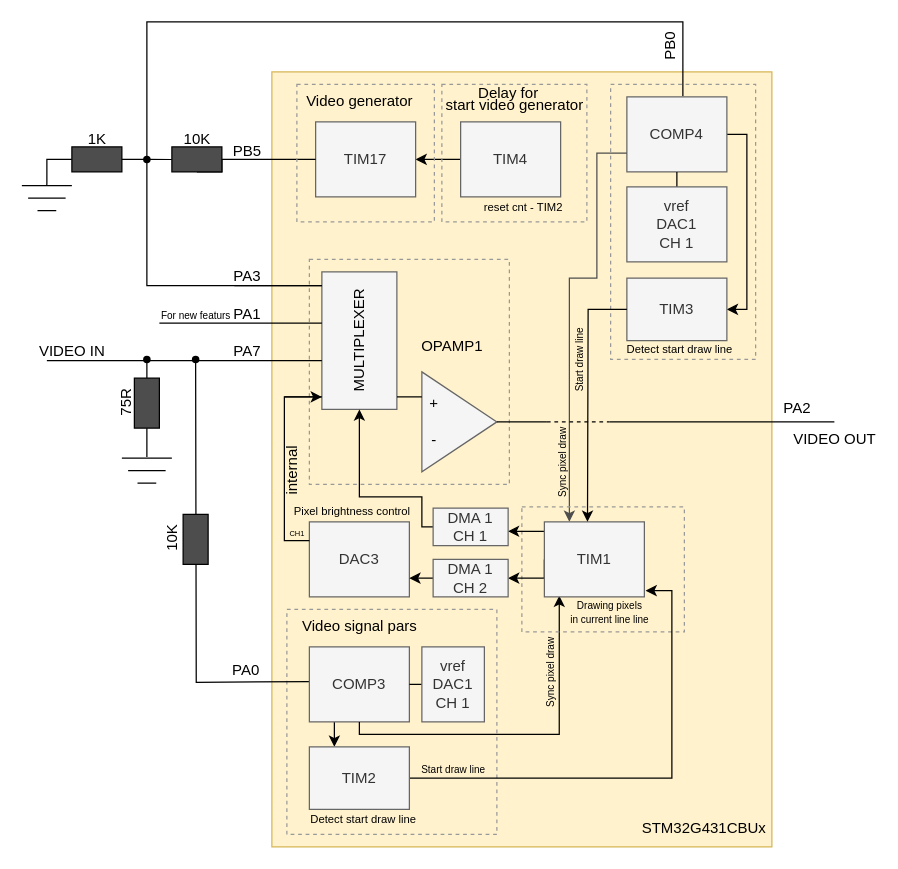
Above: doc/OpenPixelOSD.drawio in kaizen75/OpenPixelOSD (draw.io), before the change. Source tidied: cells renumbered, new cells numbered last; positions are measured from the earlier drawing's top-left corner, leaving out a move shared by most shapes. Both pictures are drawn from the tidied source at 125%, with x=0, y=0 at pixel (21, 21).
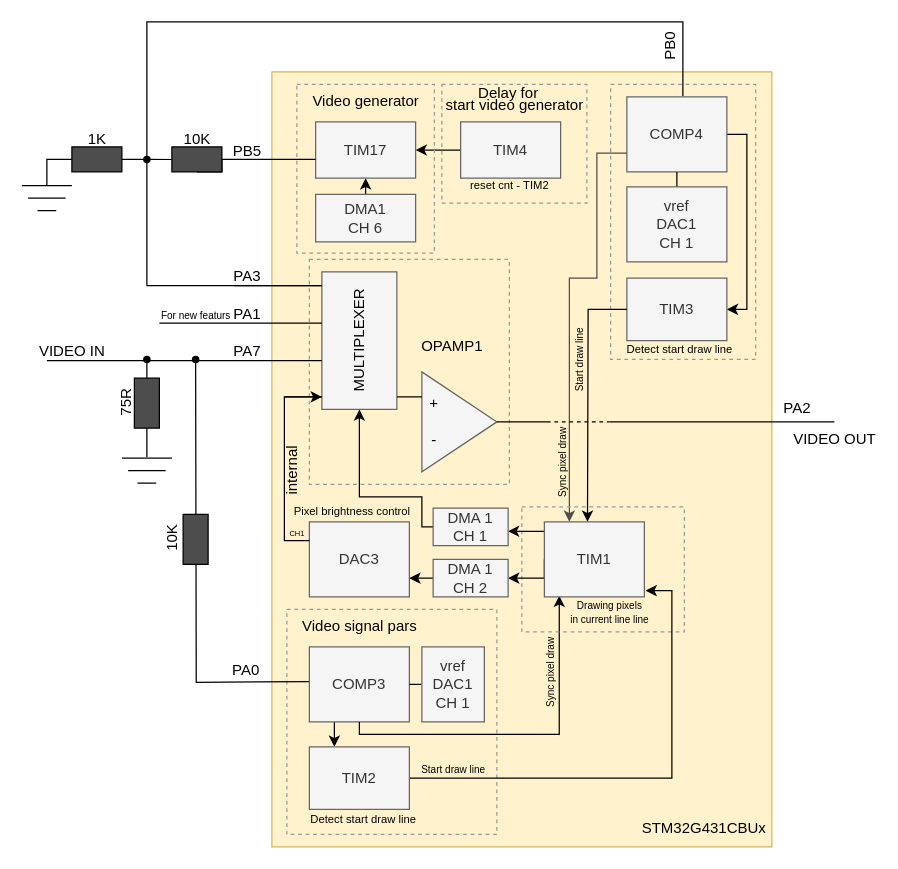
After the change.

Change to the diagram source:
```diff
@@
+    <mxCell id="33" style="rounded=0;whiteSpace=wrap;html=1;fillColor=none;strokeColor=#999999;dashed=1;" parent="1" vertex="1">
+      <mxGeometry x="220" y="50" width="110" height="135" as="geometry" />
+    </mxCell>
     <mxCell id="25" value="TIM17" style="rounded=0;whiteSpace=wrap;html=1;fillColor=#f5f5f5;fontColor=#333333;strokeColor=#666666;" parent="1" vertex="1">
-      <mxGeometry x="235" y="80" width="80" height="60" as="geometry" />
+      <mxGeometry x="235" y="80" width="80" height="45" as="geometry" />
     </mxCell>
@@
-    <mxCell id="33" style="rounded=0;whiteSpace=wrap;html=1;fillColor=none;strokeColor=#999999;dashed=1;" parent="1" vertex="1">
-      <mxGeometry x="220" y="50" width="110" height="110" as="geometry" />
-    </mxCell>
@@
     <mxCell id="38" value="&lt;font style=&quot;color: rgb(0, 0, 0); font-weight: normal; font-size: 12px;&quot;&gt;Video generator&lt;/font&gt;" style="text;strokeColor=none;fillColor=none;html=1;fontSize=24;fontStyle=1;verticalAlign=middle;align=center;" parent="1" vertex="1">
-      <mxGeometry x="250" y="50" width="40" height="20" as="geometry" />
+      <mxGeometry x="255" y="50" width="40" height="20" as="geometry" />
     </mxCell>
@@
     <mxCell id="52" style="rounded=0;whiteSpace=wrap;html=1;fillColor=none;strokeColor=#999999;dashed=1;" parent="1" vertex="1">
-      <mxGeometry x="336" y="50" width="116" height="110" as="geometry" />
+      <mxGeometry x="336" y="50" width="116" height="95" as="geometry" />
     </mxCell>
     <mxCell id="53" value="TIM4" style="rounded=0;whiteSpace=wrap;html=1;fillColor=#f5f5f5;fontColor=#333333;strokeColor=#666666;" parent="1" vertex="1">
-      <mxGeometry x="351" y="80" width="80" height="60" as="geometry" />
+      <mxGeometry x="351" y="80" width="80" height="45" as="geometry" />
     </mxCell>
@@
     <mxCell id="94" value="&lt;div&gt;&lt;font style=&quot;font-size: 9px;&quot; color=&quot;#000000&quot;&gt;&lt;span style=&quot;font-weight: 400;&quot;&gt;reset cnt - TIM2&lt;/span&gt;&lt;/font&gt;&lt;/div&gt;" style="text;strokeColor=none;fillColor=none;html=1;fontSize=24;fontStyle=1;verticalAlign=middle;align=center;rotation=0;" parent="1" vertex="1">
-      <mxGeometry x="346" y="135" width="110" height="18" as="geometry" />
+      <mxGeometry x="335" y="117" width="110" height="18" as="geometry" />
     </mxCell>
@@
+    <mxCell id="101" style="edgeStyle=orthogonalEdgeStyle;rounded=0;jettySize=auto;html=1;exitX=0.5;exitY=0;exitDx=0;exitDy=0;entryX=0.5;entryY=1;entryDx=0;entryDy=0;strokeColor=#000000;" parent="1" edge="1" source="102" target="25">
+      <mxGeometry relative="1" as="geometry" />
+    </mxCell>
+    <mxCell id="102" value="DMA1&lt;br&gt;CH 6" style="rounded=0;whiteSpace=wrap;html=1;fillColor=#f5f5f5;fontColor=#333333;strokeColor=#666666;" parent="1" vertex="1">
+      <mxGeometry x="235" y="138" width="80" height="38" as="geometry" />
+    </mxCell>
```
